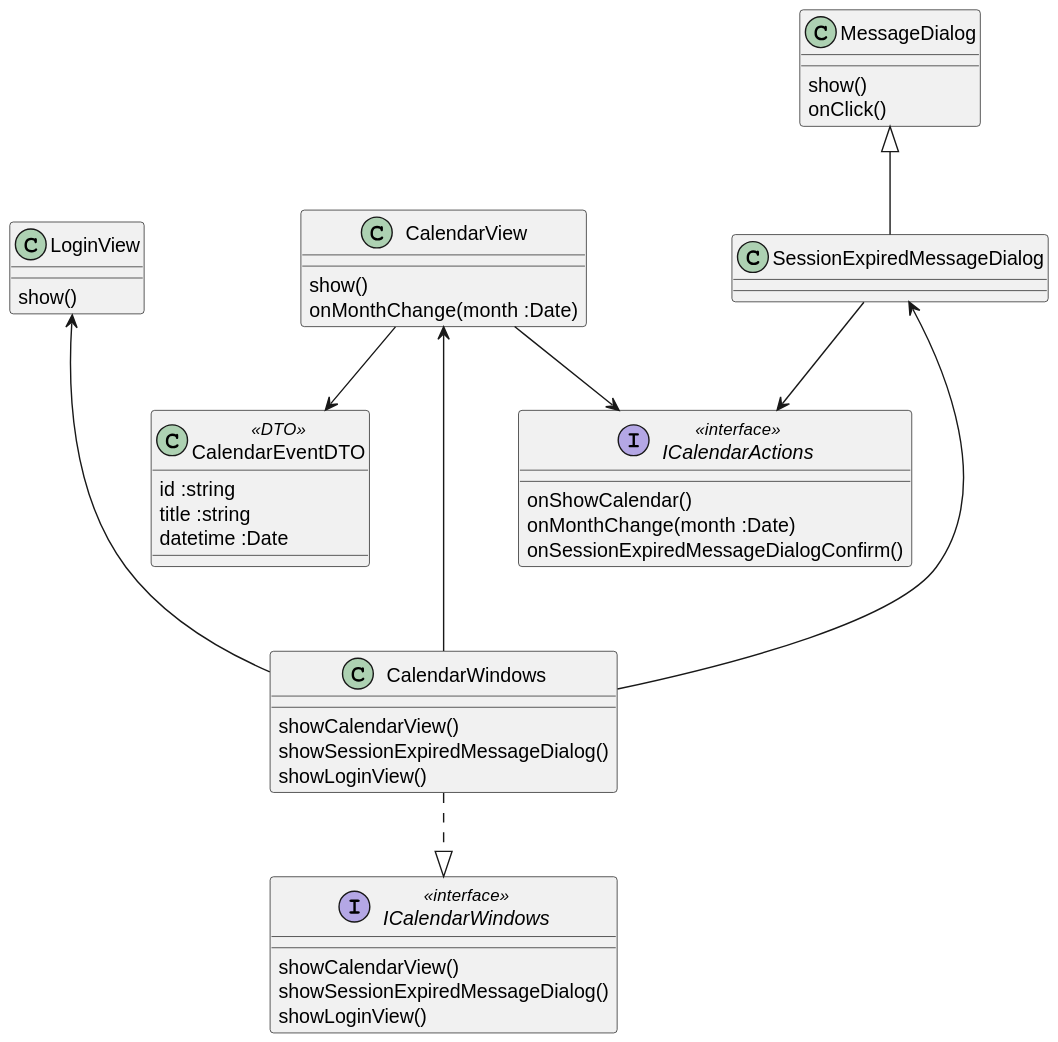
Before: diagrams/frontend/rendered/calendar-view.svg, a diagram exported from PlantUML (Igor-Ochocki/POP-2026Z).
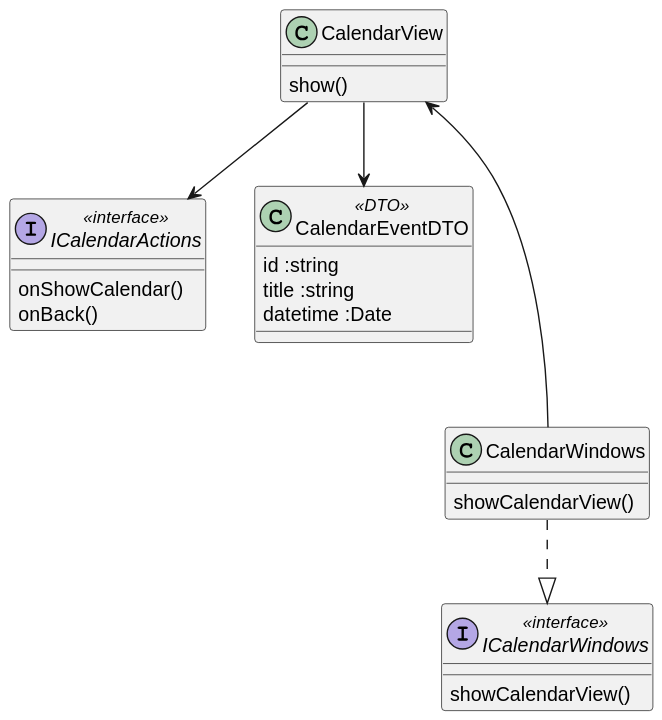
Above is the later version.

Commit message:
PU1/fe: poprawka diagramów i skip loginu

The edit, as a diff of the source:
```diff
@@ -1,29 +1,14 @@
 @startuml
 class CalendarView {
-show()
-onMonthChange(month :Date)
-}
-
-class MessageDialog {
-show()
-onClick()
-}
-
-class SessionExpiredMessageDialog
-SessionExpiredMessageDialog -u-|> MessageDialog
-
-class LoginView {
 show()
 }
 
 interface ICalendarActions <<interface>> {
 onShowCalendar()
-onMonthChange(month :Date)
-onSessionExpiredMessageDialogConfirm()
+onBack()
 }
 
 ICalendarActions <-u- CalendarView
-ICalendarActions <-u- SessionExpiredMessageDialog
 
 CalendarView --> CalendarEventDTO
 
@@ -35,18 +20,12 @@
 
 interface ICalendarWindows <<interface>> {
 showCalendarView()
-showSessionExpiredMessageDialog()
-showLoginView()
 }
 
 class CalendarWindows {
 showCalendarView()
-showSessionExpiredMessageDialog()
-showLoginView()
 }
 
 CalendarWindows .d.|> ICalendarWindows
 CalendarWindows --u-> CalendarView
-CalendarWindows --u-> SessionExpiredMessageDialog
-CalendarWindows --u-> LoginView
 @enduml
```
